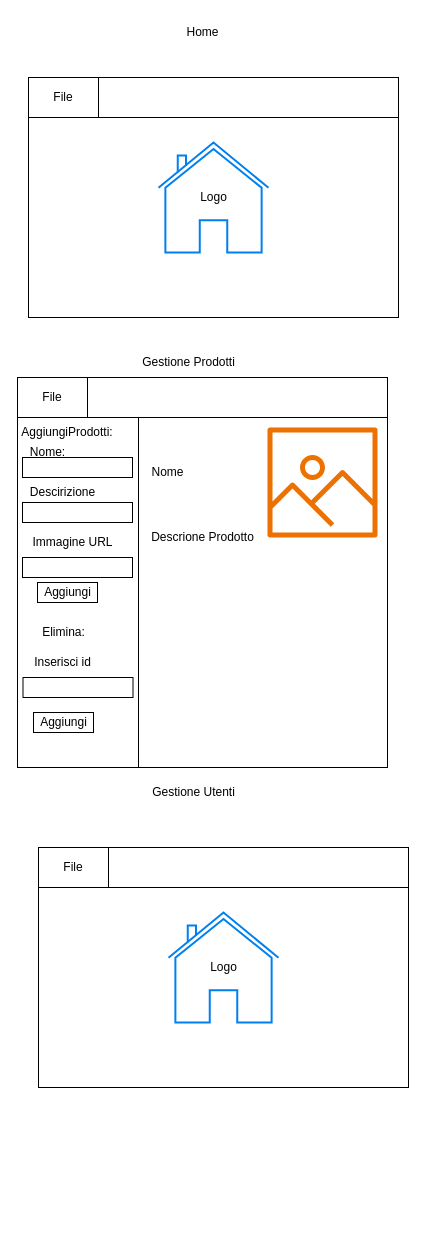
Earlier version of the draw.io diagram TaskNegozioAbbigliamento/WPF_example.drawio (ValerioDezzi/AcademyIENDEM). Source tidied: cells renumbered, new cells numbered last; positions are measured from the earlier drawing's top-left corner, leaving out a move shared by most shapes. Both pictures are drawn from the tidied source at 100%, with x=0, y=0 at pixel (17, 17).
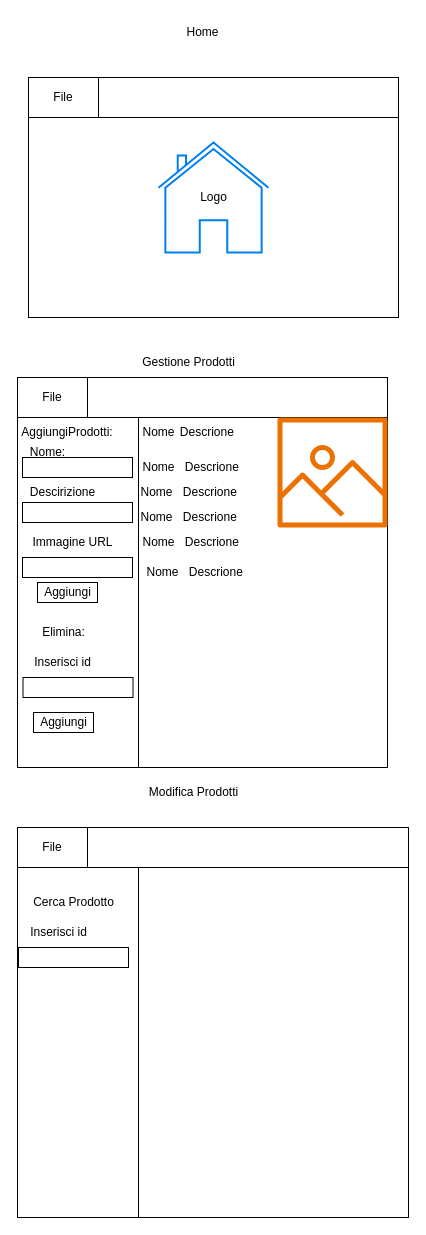
Above is the later version.

Diff of the diagram source:
```diff
@@
-    <mxCell id="14" value="Descrione Prodotto" style="text;html=1;align=center;verticalAlign=middle;strokeColor=none;fillColor=none;" parent="1" vertex="1">
-      <mxGeometry x="120" y="505" width="130" height="30" as="geometry" />
+    <mxCell id="14" value="Descrione&amp;nbsp;" style="text;html=1;align=center;verticalAlign=middle;strokeColor=none;fillColor=none;" parent="1" vertex="1">
+      <mxGeometry x="151" y="400" width="80" height="30" as="geometry" />
     </mxCell>
     <mxCell id="15" value="Nome" style="text;html=1;align=center;verticalAlign=middle;strokeColor=none;fillColor=none;" parent="1" vertex="1">
-      <mxGeometry x="120" y="440" width="60" height="30" as="geometry" />
+      <mxGeometry x="111" y="400" width="60" height="30" as="geometry" />
     </mxCell>
     <mxCell id="16" style="sketch=0;fontColor=#232F3E;gradientColor=none;fillColor=#ED7100;strokeColor=none;dashed=0;verticalLabelPosition=bottom;verticalAlign=top;align=center;html=1;fontSize=12;fontStyle=0;shape=mxgraph.aws4.container_registry_image;" parent="1" vertex="1">
-      <mxGeometry x="250" y="410" width="110" height="110" as="geometry" />
+      <mxGeometry x="260" y="400" width="110" height="110" as="geometry" />
     </mxCell>
@@
     <mxCell id="23" style="rounded=0;whiteSpace=wrap;html=1;" parent="1" vertex="1">
-      <mxGeometry x="21" y="830" width="370" height="240" as="geometry" />
+      <mxGeometry y="810" width="391" height="390" as="geometry" />
     </mxCell>
     <mxCell id="24" style="rounded=0;whiteSpace=wrap;html=1;" parent="1" vertex="1">
-      <mxGeometry x="21" y="830" width="370" height="40" as="geometry" />
+      <mxGeometry y="810" width="391" height="40" as="geometry" />
     </mxCell>
-    <mxCell id="25" style="html=1;verticalLabelPosition=bottom;align=center;labelBackgroundColor=#ffffff;verticalAlign=top;strokeWidth=2;strokeColor=#0080F0;shadow=0;dashed=0;shape=mxgraph.ios7.icons.home;" parent="1" vertex="1">
-      <mxGeometry x="151" y="895" width="110" height="110" as="geometry" />
-    </mxCell>
-    <mxCell id="26" value="Logo" style="text;html=1;align=center;verticalAlign=middle;strokeColor=none;fillColor=none;" parent="1" vertex="1">
-      <mxGeometry x="181" y="935" width="50" height="30" as="geometry" />
-    </mxCell>
     <mxCell id="27" value="File" style="rounded=0;whiteSpace=wrap;html=1;" parent="1" vertex="1">
-      <mxGeometry x="21" y="830" width="70" height="40" as="geometry" />
+      <mxGeometry y="810" width="70" height="40" as="geometry" />
     </mxCell>
-    <mxCell id="28" value="Gestione Utenti" style="text;html=1;align=center;verticalAlign=middle;strokeColor=none;fillColor=none;" parent="1" vertex="1">
+    <mxCell id="28" value="Modifica Prodotti" style="text;html=1;align=center;verticalAlign=middle;strokeColor=none;fillColor=none;" parent="1" vertex="1">
       <mxGeometry x="121" y="760" width="110" height="30" as="geometry" />
     </mxCell>
@@
+    <mxCell id="36" value="Descrione&amp;nbsp;" style="text;html=1;align=center;verticalAlign=middle;strokeColor=none;fillColor=none;" parent="1" vertex="1">
+      <mxGeometry x="156" y="435" width="80" height="30" as="geometry" />
+    </mxCell>
+    <mxCell id="37" value="Nome" style="text;html=1;align=center;verticalAlign=middle;strokeColor=none;fillColor=none;" parent="1" vertex="1">
+      <mxGeometry x="111" y="435" width="60" height="30" as="geometry" />
+    </mxCell>
+    <mxCell id="38" value="Descrione&amp;nbsp;" style="text;html=1;align=center;verticalAlign=middle;strokeColor=none;fillColor=none;" parent="1" vertex="1">
+      <mxGeometry x="153.5" y="460" width="80" height="30" as="geometry" />
+    </mxCell>
+    <mxCell id="39" value="Nome" style="text;html=1;align=center;verticalAlign=middle;strokeColor=none;fillColor=none;" parent="1" vertex="1">
+      <mxGeometry x="108.5" y="460" width="60" height="30" as="geometry" />
+    </mxCell>
+    <mxCell id="40" value="Descrione&amp;nbsp;" style="text;html=1;align=center;verticalAlign=middle;strokeColor=none;fillColor=none;" parent="1" vertex="1">
+      <mxGeometry x="153.5" y="485" width="80" height="30" as="geometry" />
+    </mxCell>
+    <mxCell id="41" value="Nome" style="text;html=1;align=center;verticalAlign=middle;strokeColor=none;fillColor=none;" parent="1" vertex="1">
+      <mxGeometry x="108.5" y="485" width="60" height="30" as="geometry" />
+    </mxCell>
+    <mxCell id="42" value="Descrione&amp;nbsp;" style="text;html=1;align=center;verticalAlign=middle;strokeColor=none;fillColor=none;" parent="1" vertex="1">
+      <mxGeometry x="156" y="510" width="80" height="30" as="geometry" />
+    </mxCell>
+    <mxCell id="43" value="Nome" style="text;html=1;align=center;verticalAlign=middle;strokeColor=none;fillColor=none;" parent="1" vertex="1">
+      <mxGeometry x="111" y="510" width="60" height="30" as="geometry" />
+    </mxCell>
+    <mxCell id="44" value="Descrione&amp;nbsp;" style="text;html=1;align=center;verticalAlign=middle;strokeColor=none;fillColor=none;" parent="1" vertex="1">
+      <mxGeometry x="160" y="540" width="80" height="30" as="geometry" />
+    </mxCell>
+    <mxCell id="45" value="Nome" style="text;html=1;align=center;verticalAlign=middle;strokeColor=none;fillColor=none;" parent="1" vertex="1">
+      <mxGeometry x="115" y="540" width="60" height="30" as="geometry" />
+    </mxCell>
+    <mxCell id="46" style="rounded=0;whiteSpace=wrap;html=1;" parent="1" vertex="1">
+      <mxGeometry y="850" width="121" height="350" as="geometry" />
+    </mxCell>
+    <mxCell id="47" value="Cerca Prodotto" style="text;html=1;align=center;verticalAlign=middle;strokeColor=none;fillColor=none;" parent="1" vertex="1">
+      <mxGeometry x="5.5" y="870" width="100" height="30" as="geometry" />
+    </mxCell>
+    <mxCell id="48" value="Inserisci id" style="text;html=1;align=center;verticalAlign=middle;strokeColor=none;fillColor=none;" parent="1" vertex="1">
+      <mxGeometry x="0.5" y="900" width="80" height="30" as="geometry" />
+    </mxCell>
+    <mxCell id="49" style="rounded=0;whiteSpace=wrap;html=1;" parent="1" vertex="1">
+      <mxGeometry x="1" y="930" width="110" height="20" as="geometry" />
+    </mxCell>
```
